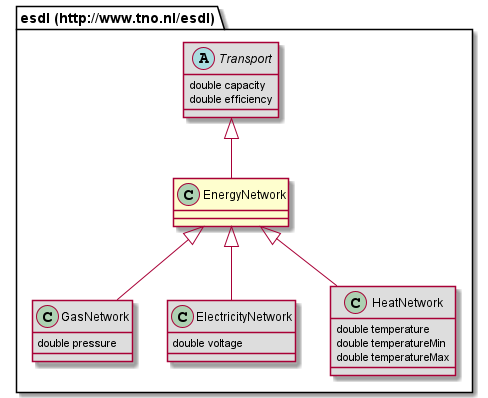
Earlier version of the PlantUML export 687474703a2f2f7777772e746e6f2e6e6c2f6573646c/EnergyNetwork.png (EnergyTransition/energytransition.github.io).
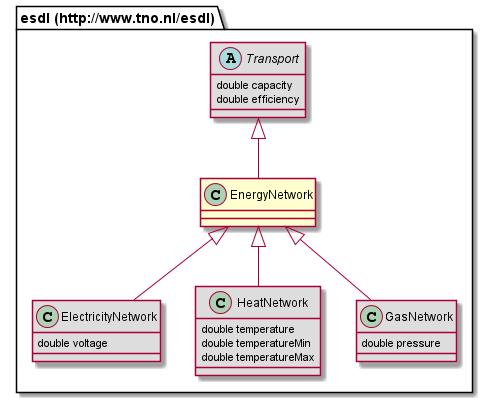
After the commit.

Change to the diagram source:
```diff
@@ -1,23 +1,23 @@
 @startuml
 class "esdl (http://www.tno.nl/esdl).EnergyNetwork" [[#router/doc-content/687474703a2f2f7777772e746e6f2e6e6c2f6573646c/EnergyNetwork.html{Defines an energy network. }]] {
 }
-class "esdl (http://www.tno.nl/esdl).GasNetwork" [[#router/doc-content/687474703a2f2f7777772e746e6f2e6e6c2f6573646c/GasNetwork.html{Describes an complete gas network, without detailing the complete topology. }]] #DDDDDD {
-	double pressure
-}
 class "esdl (http://www.tno.nl/esdl).ElectricityNetwork" [[#router/doc-content/687474703a2f2f7777772e746e6f2e6e6c2f6573646c/ElectricityNetwork.html{Describes an complete Electricty network, without detailing the complete topology. }]] #DDDDDD {
 	double voltage
+}
+abstract class "esdl (http://www.tno.nl/esdl).Transport" [[#router/doc-content/687474703a2f2f7777772e746e6f2e6e6c2f6573646c/Transport.html{An abstract class that describes EnergyAssets that can transport energy. }]] #DDDDDD {
+	double capacity
+	double efficiency
 }
 class "esdl (http://www.tno.nl/esdl).HeatNetwork" [[#router/doc-content/687474703a2f2f7777772e746e6f2e6e6c2f6573646c/HeatNetwork.html{Describes an complete heat network, without detailing the complete topology. }]] #DDDDDD {
 	double temperature
 	double temperatureMin
 	double temperatureMax
 }
-abstract class "esdl (http://www.tno.nl/esdl).Transport" [[#router/doc-content/687474703a2f2f7777772e746e6f2e6e6c2f6573646c/Transport.html{An abstract class that describes EnergyAssets that can transport energy. }]] #DDDDDD {
-	double capacity
-	double efficiency
+class "esdl (http://www.tno.nl/esdl).GasNetwork" [[#router/doc-content/687474703a2f2f7777772e746e6f2e6e6c2f6573646c/GasNetwork.html{Describes an complete gas network, without detailing the complete topology. }]] #DDDDDD {
+	double pressure
 }
 "esdl (http://www.tno.nl/esdl).Transport" <|-- "esdl (http://www.tno.nl/esdl).EnergyNetwork"
-"esdl (http://www.tno.nl/esdl).EnergyNetwork" <|-- "esdl (http://www.tno.nl/esdl).GasNetwork"
 "esdl (http://www.tno.nl/esdl).EnergyNetwork" <|-- "esdl (http://www.tno.nl/esdl).ElectricityNetwork"
 "esdl (http://www.tno.nl/esdl).EnergyNetwork" <|-- "esdl (http://www.tno.nl/esdl).HeatNetwork"
+"esdl (http://www.tno.nl/esdl).EnergyNetwork" <|-- "esdl (http://www.tno.nl/esdl).GasNetwork"
 @enduml
```
